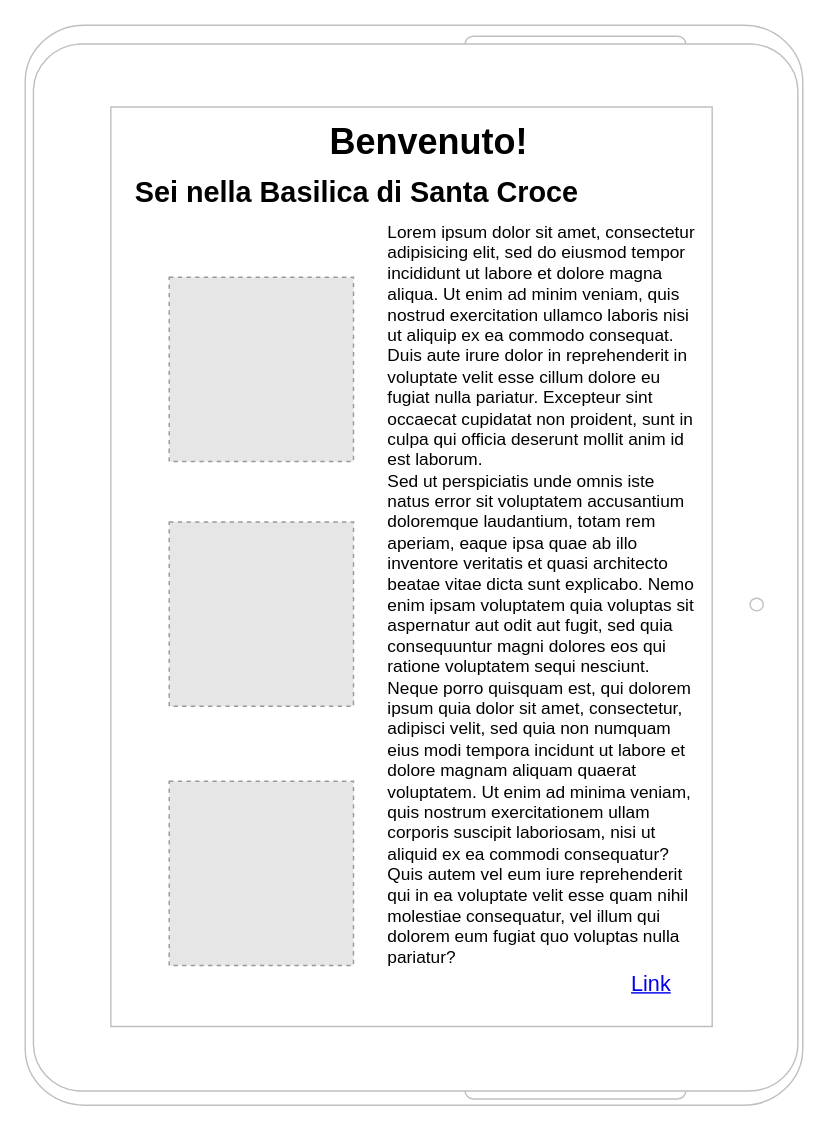
Above: WireFrame.drawio in claudiaamorosi/2021-marconi-turismo-lecce (draw.io), before the change. Source tidied: cells renumbered, new cells numbered last; positions are measured from the earlier drawing's top-left corner, leaving out a move shared by most shapes. Both pictures are drawn from the tidied source at 144%, with x=0, y=0 at pixel (24, 24). Pictures stored in the file or linked from it are replaced by grey dashed boxes.
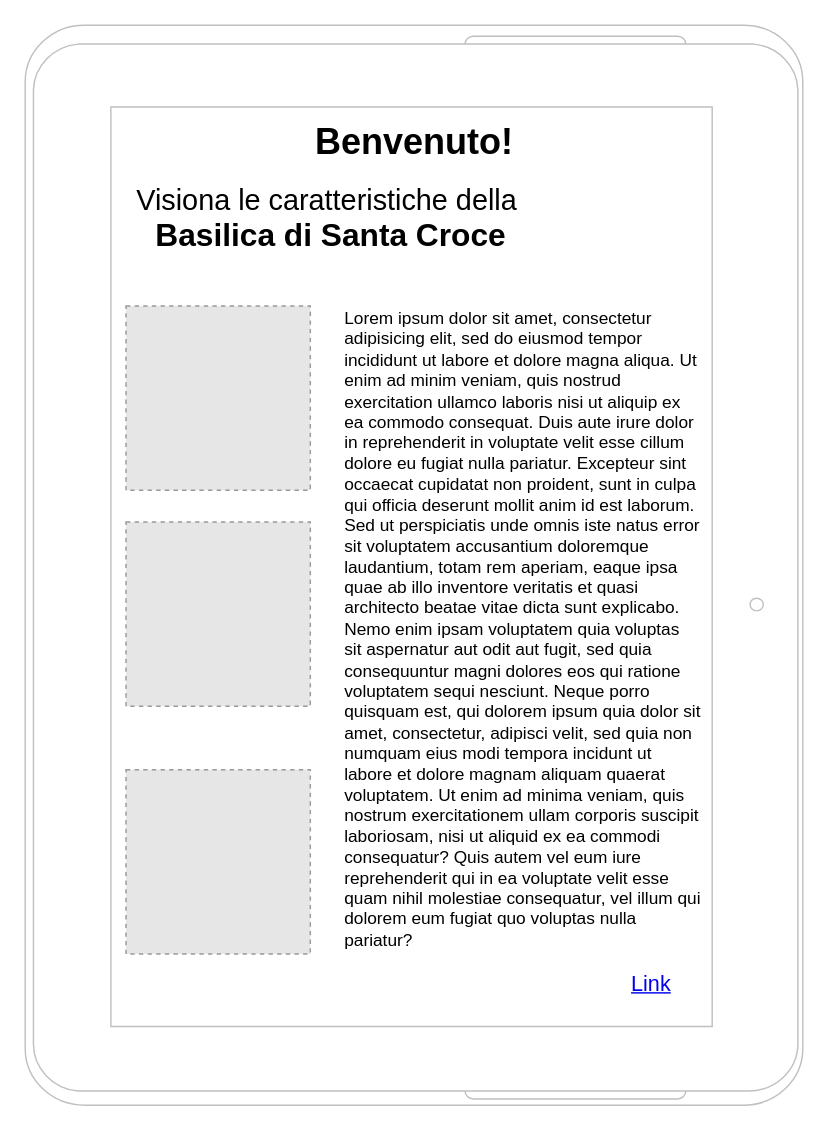
The same page after the edit.

Change to the diagram source:
```diff
@@
 <mxGraphModel>
   <root>
     <mxCell id="0" />
     <mxCell id="1" parent="0" />
     <mxCell id="2" style="verticalLabelPosition=bottom;verticalAlign=top;html=1;shadow=0;dashed=0;strokeWidth=1;shape=mxgraph.android.tab2;strokeColor=#c0c0c0;" parent="1" vertex="1">
       <mxGeometry width="540" height="750" as="geometry" />
     </mxCell>
-    <mxCell id="3" value="&lt;font style=&quot;font-size: 20px&quot;&gt;&lt;b&gt;Sei nella Basilica di Santa Croce&lt;/b&gt;&lt;/font&gt;" style="text;html=1;align=center;verticalAlign=middle;fillColor=none;strokeColor=none;rounded=0;" parent="1" vertex="1">
-      <mxGeometry x="70" y="105" width="320" height="20" as="geometry" />
+    <mxCell id="3" value="&lt;font&gt;&lt;span style=&quot;font-size: 20px&quot;&gt;Visiona le caratteristiche della&lt;/span&gt;&lt;b&gt;&lt;span style=&quot;font-size: 20px&quot;&gt;&amp;nbsp;&lt;/span&gt;&lt;br&gt;&lt;font style=&quot;font-size: 22px&quot;&gt;Basilica di Santa Croce&lt;/font&gt;&lt;/b&gt;&lt;/font&gt;" style="text;html=1;align=center;verticalAlign=middle;fillColor=none;strokeColor=none;rounded=0;" parent="1" vertex="1">
+      <mxGeometry x="67" y="115" width="290" height="40" as="geometry" />
     </mxCell>
     <mxCell id="4" value="&lt;font size=&quot;1&quot;&gt;&lt;b style=&quot;font-size: 25px&quot;&gt;Benvenuto!&lt;/b&gt;&lt;/font&gt;" style="text;html=1;align=center;verticalAlign=middle;fillColor=none;strokeColor=none;rounded=0;" parent="1" vertex="1">
-      <mxGeometry x="205" y="65" width="150" height="30" as="geometry" />
+      <mxGeometry x="195" y="65" width="150" height="30" as="geometry" />
     </mxCell>
     <mxCell id="5" value="Lorem ipsum dolor sit amet, consectetur adipisicing elit, sed do eiusmod tempor incididunt ut labore et dolore magna aliqua. Ut enim ad minim veniam, quis nostrud exercitation ullamco laboris nisi ut aliquip ex ea commodo consequat. Duis aute irure dolor in reprehenderit in voluptate velit esse cillum dolore eu fugiat nulla pariatur. Excepteur sint occaecat cupidatat non proident, sunt in culpa qui officia deserunt mollit anim id est laborum.&#10;Sed ut perspiciatis unde omnis iste natus error sit voluptatem accusantium doloremque laudantium, totam rem aperiam, eaque ipsa quae ab illo inventore veritatis et quasi architecto beatae vitae dicta sunt explicabo. Nemo enim ipsam voluptatem quia voluptas sit aspernatur aut odit aut fugit, sed quia consequuntur magni dolores eos qui ratione voluptatem sequi nesciunt. Neque porro quisquam est, qui dolorem ipsum quia dolor sit amet, consectetur, adipisci velit, sed quia non numquam eius modi tempora incidunt ut labore et dolore magnam aliquam quaerat voluptatem. Ut enim ad minima veniam, quis nostrum exercitationem ullam corporis suscipit laboriosam, nisi ut aliquid ex ea commodi consequatur? Quis autem vel eum iure reprehenderit qui in ea voluptate velit esse quam nihil molestiae consequatur, vel illum qui dolorem eum fugiat quo voluptas nulla pariatur?" style="text;spacingTop=-5;whiteSpace=wrap;html=1;align=left;fontSize=12;fontFamily=Helvetica;fillColor=none;strokeColor=none;" parent="1" vertex="1">
-      <mxGeometry x="250" y="135" width="220" height="500" as="geometry" />
+      <mxGeometry x="220" y="195" width="250" height="440" as="geometry" />
     </mxCell>
     <mxCell id="6" style="fillColor=#E6E6E6;strokeColor=#999999;dashed=1;html=1;verticalAlign=top;verticalLabelPosition=bottom;labelBackgroundColor=#ffffff;" parent="1" vertex="1">
-      <mxGeometry x="100" y="525" width="128" height="128" as="geometry" />
+      <mxGeometry x="70" y="517" width="128" height="128" as="geometry" />
     </mxCell>
     <mxCell id="7" style="fillColor=#E6E6E6;strokeColor=#999999;dashed=1;html=1;verticalAlign=top;verticalLabelPosition=bottom;labelBackgroundColor=#ffffff;" parent="1" vertex="1">
-      <mxGeometry x="100" y="175" width="128" height="128" as="geometry" />
+      <mxGeometry x="70" y="195" width="128" height="128" as="geometry" />
     </mxCell>
     <mxCell id="8" style="fillColor=#E6E6E6;strokeColor=#999999;dashed=1;html=1;verticalAlign=top;verticalLabelPosition=bottom;labelBackgroundColor=#ffffff;" parent="1" vertex="1">
-      <mxGeometry x="100" y="345" width="128" height="128" as="geometry" />
+      <mxGeometry x="70" y="345" width="128" height="128" as="geometry" />
     </mxCell>
     <mxCell id="9" value="&lt;font style=&quot;font-size: 15px&quot;&gt;Link&lt;/font&gt;" style="text;html=1;strokeColor=none;fillColor=none;whiteSpace=wrap;align=center;verticalAlign=middle;fontColor=#0000EE;fontStyle=4;" parent="1" vertex="1">
       <mxGeometry x="400" y="645" width="70" height="40" as="geometry" />
     </mxCell>
   </root>
 </mxGraphModel>
```
